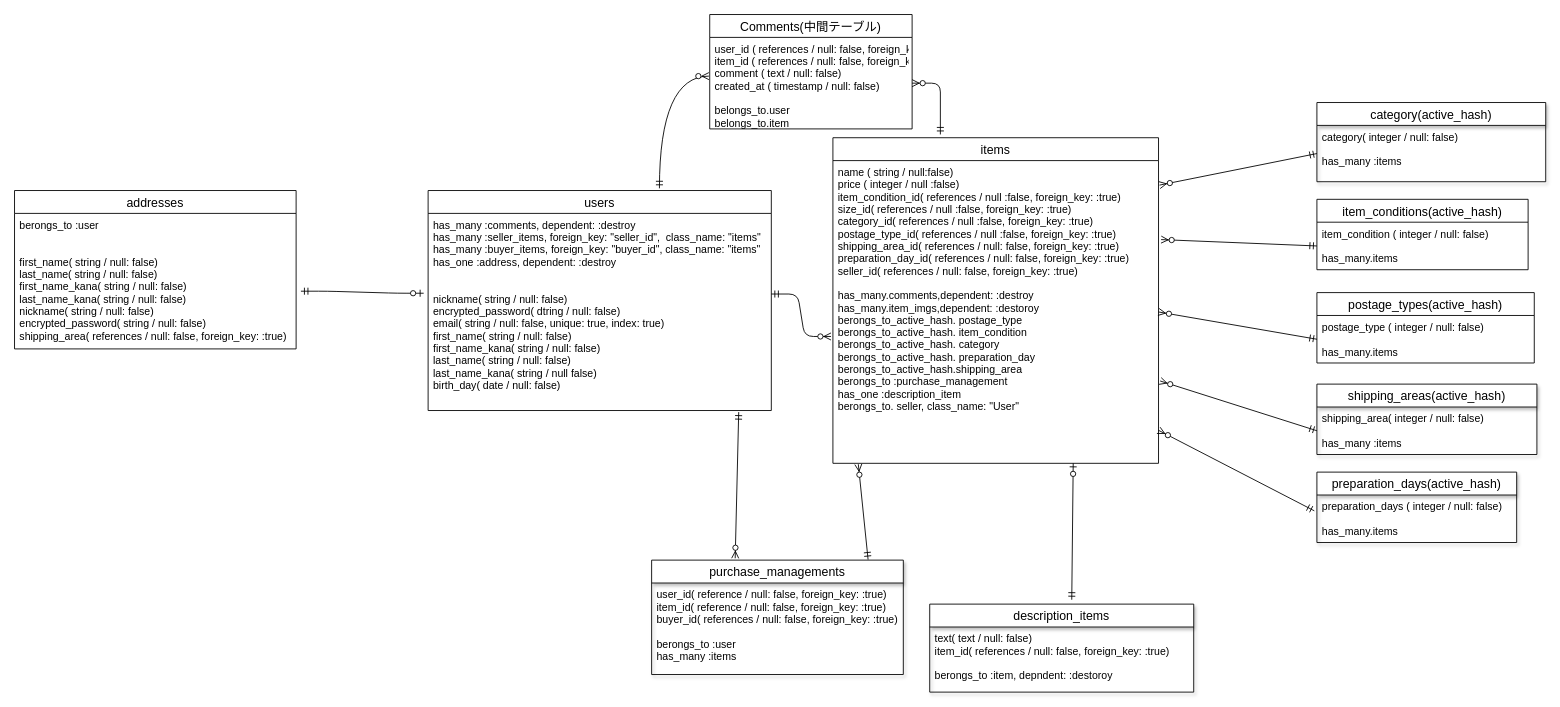
Above: furima.dio in Yuuki8568/furima-32047 (draw.io), before the change. Source tidied: cells renumbered, new cells numbered last; positions are measured from the earlier drawing's top-left corner, leaving out a move shared by most shapes. Both pictures are drawn from the tidied source at 88%, with x=0, y=0 at pixel (14, 14).
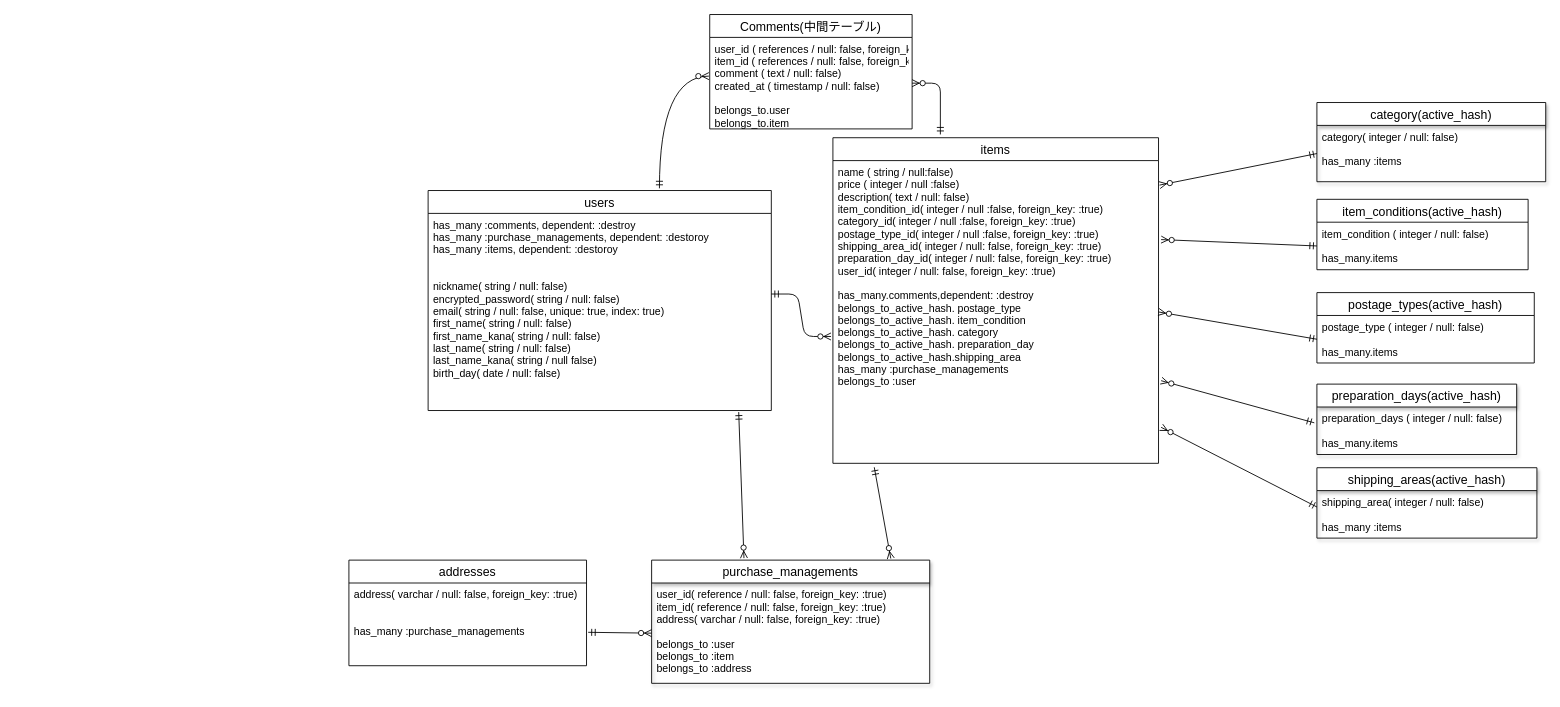
After the change.

Commit message (it also covers changes not shown here):
データベース設計修正２

The change refers to these unchanged cells:
```xml
<mxCell id="3" value="items" style="swimlane;fontStyle=0;horizontal=1;startSize=26;align=center;fontSize=14;" parent="1" vertex="1">
  <mxGeometry x="930" y="140" width="370" height="370" as="geometry" />
</mxCell>
<mxCell id="10" value="users" style="swimlane;fontStyle=0;horizontal=1;startSize=26;align=center;fontSize=14;" parent="1" vertex="1">
  <mxGeometry x="470" y="200" width="390" height="250" as="geometry" />
</mxCell>
```

The edit, as a diff of the source:
```diff
@@
-    <mxCell id="4" value="name ( string / null:false)&#10;price ( integer / null :false)&#10;item_condition_id( references / null :false, foreign_key: :true)&#10;size_id( references / null :false, foreign_key: :true)&#10;category_id( references / null :false, foreign_key: :true)&#10;postage_type_id( references / null :false, foreign_key: :true)&#10;shipping_area_id( references / null: false, foreign_key: :true)&#10;preparation_day_id( references / null: false, foreign_key: :true)&#10;seller_id( references / null: false, foreign_key: :true)&#10;&#10;has_many.comments,dependent: :destroy&#10;has_many.item_imgs,dependent: :destoroy&#10;berongs_to_active_hash. postage_type&#10;berongs_to_active_hash. item_condition&#10;berongs_to_active_hash. category&#10;berongs_to_active_hash. preparation_day&#10;berongs_to_active_hash.shipping_area&#10;berongs_to :purchase_management&#10;has_one :description_item&#10;berongs_to. seller, class_name: &quot;User&quot;" style="text;strokeColor=none;fillColor=none;spacingLeft=4;spacingRight=4;overflow=hidden;points=[[0,0.5],[1,0.5]];portConstraint=eastwest;fontSize=12;shadow=1;" parent="3" vertex="1">
+    <mxCell id="4" value="name ( string / null:false)&#10;price ( integer / null :false)&#10;description( text / null: false)&#10;item_condition_id( integer / null :false, foreign_key: :true)&#10;category_id( integer / null :false, foreign_key: :true)&#10;postage_type_id( integer / null :false, foreign_key: :true)&#10;shipping_area_id( integer / null: false, foreign_key: :true)&#10;preparation_day_id( integer / null: false, foreign_key: :true)&#10;user_id( integer / null: false, foreign_key: :true)&#10;&#10;has_many.comments,dependent: :destroy&#10;belongs_to_active_hash. postage_type&#10;belongs_to_active_hash. item_condition&#10;belongs_to_active_hash. category&#10;belongs_to_active_hash. preparation_day&#10;belongs_to_active_hash.shipping_area&#10;has_many :purchase_managements&#10;belongs_to :user" style="text;strokeColor=none;fillColor=none;spacingLeft=4;spacingRight=4;overflow=hidden;points=[[0,0.5],[1,0.5]];portConstraint=eastwest;fontSize=12;shadow=1;" parent="3" vertex="1">
       <mxGeometry y="26" width="370" height="344" as="geometry" />
     </mxCell>
-    <mxCell id="5" style="edgeStyle=entityRelationEdgeStyle;fontSize=12;html=1;endArrow=ERzeroToOne;startArrow=ERmandOne;exitX=1.017;exitY=0.574;exitDx=0;exitDy=0;exitPerimeter=0;entryX=-0.013;entryY=0.405;entryDx=0;entryDy=0;entryPerimeter=0;" parent="1" edge="1" source="35" target="11">
-      <mxGeometry relative="1" as="geometry" />
-    </mxCell>
@@
-    <mxCell id="11" value="has_many :comments, dependent: :destroy&#10;has_many :seller_items, foreign_key: &quot;seller_id&quot;,  class_name: &quot;items&quot;&#10;has_many :buyer_items, foreign_key: &quot;buyer_id&quot;, class_name: &quot;items&quot;&#10;has_one :address, dependent: :destroy&#10;&#10;&#10;nickname( string / null: false)&#10;encrypted_password( dtring / null: false)&#10;email( string / null: false, unique: true, index: true)&#10;first_name( string / null: false)&#10;first_name_kana( string / null: false)&#10;last_name( string / null: false)&#10;last_name_kana( string / null false)&#10;birth_day( date / null: false)" style="text;strokeColor=none;fillColor=none;spacingLeft=4;spacingRight=4;overflow=hidden;points=[[0,0.5],[1,0.5]];portConstraint=eastwest;fontSize=12;" parent="10" vertex="1">
+    <mxCell id="11" value="has_many :comments, dependent: :destroy&#10;has_many :purchase_managements, dependent: :destoroy&#10;has_many :items, dependent: :destoroy&#10;&#10;&#10;nickname( string / null: false)&#10;encrypted_password( string / null: false)&#10;email( string / null: false, unique: true, index: true)&#10;first_name( string / null: false)&#10;first_name_kana( string / null: false)&#10;last_name( string / null: false)&#10;last_name_kana( string / null false)&#10;birth_day( date / null: false)" style="text;strokeColor=none;fillColor=none;spacingLeft=4;spacingRight=4;overflow=hidden;points=[[0,0.5],[1,0.5]];portConstraint=eastwest;fontSize=12;" parent="10" vertex="1">
       <mxGeometry y="26" width="390" height="224" as="geometry" />
     </mxCell>
-    <mxCell id="12" value="description_items" style="swimlane;fontStyle=0;horizontal=1;startSize=26;align=center;fontSize=14;shadow=1;" parent="1" vertex="1">
-      <mxGeometry x="1040" y="670" width="300" height="100" as="geometry" />
-    </mxCell>
-    <mxCell id="13" value="text( text / null: false)&#10;item_id( references / null: false, foreign_key: :true)&#10;&#10;berongs_to :item, depndent: :destoroy" style="text;strokeColor=none;fillColor=none;spacingLeft=4;spacingRight=4;overflow=hidden;fontSize=12;" parent="12" vertex="1">
-      <mxGeometry y="26" width="300" height="74" as="geometry" />
-    </mxCell>
-    <mxCell id="14" style="fontSize=12;html=1;endArrow=ERzeroToOne;startArrow=ERmandOne;entryX=0.738;entryY=1;entryDx=0;entryDy=0;entryPerimeter=0;exitX=0.538;exitY=-0.05;exitDx=0;exitDy=0;exitPerimeter=0;" parent="1" edge="1" source="12" target="4">
-      <mxGeometry relative="1" as="geometry" />
-    </mxCell>
@@
-    <mxCell id="16" style="fontSize=12;html=1;endArrow=ERzeroToMany;startArrow=ERmandOne;exitX=0.86;exitY=-0.005;exitDx=0;exitDy=0;exitPerimeter=0;entryX=0.078;entryY=1.003;entryDx=0;entryDy=0;entryPerimeter=0;" parent="1" edge="1" source="32" target="4">
-      <mxGeometry relative="1" as="geometry" />
-    </mxCell>
@@
-    <mxCell id="24" value="shipping_areas(active_hash)" style="swimlane;fontStyle=0;horizontal=1;startSize=26;align=center;fontSize=14;shadow=1;" parent="1" vertex="1">
-      <mxGeometry x="1480" y="420" width="250" height="80" as="geometry" />
-    </mxCell>
-    <mxCell id="25" value="shipping_area( integer / null: false)&#10;&#10;has_many :items" style="text;strokeColor=none;fillColor=none;spacingLeft=4;spacingRight=4;overflow=hidden;points=[[0,0.5],[1,0.5]];portConstraint=eastwest;fontSize=12;" parent="24" vertex="1">
-      <mxGeometry y="26" width="250" height="54" as="geometry" />
-    </mxCell>
-    <mxCell id="26" value="preparation_days(active_hash)" style="swimlane;fontStyle=0;horizontal=1;startSize=26;align=center;fontSize=14;shadow=1;" parent="1" vertex="1">
-      <mxGeometry x="1480" y="520" width="227" height="80" as="geometry" />
-    </mxCell>
-    <mxCell id="27" value="preparation_days ( integer / null: false)&#10;&#10;has_many.items" style="text;strokeColor=none;fillColor=none;spacingLeft=4;spacingRight=4;overflow=hidden;points=[[0,0.5],[1,0.5]];portConstraint=eastwest;fontSize=12;" parent="26" vertex="1">
-      <mxGeometry y="26" width="227" height="54" as="geometry" />
-    </mxCell>
-    <mxCell id="28" style="fontSize=12;html=1;endArrow=ERzeroToMany;startArrow=ERmandOne;entryX=1;entryY=0.891;entryDx=0;entryDy=0;entryPerimeter=0;exitX=-0.013;exitY=0.333;exitDx=0;exitDy=0;exitPerimeter=0;" parent="1" edge="1" source="27" target="4">
+    <mxCell id="28" style="fontSize=12;html=1;endArrow=ERzeroToMany;startArrow=ERmandOne;entryX=1.008;entryY=0.727;entryDx=0;entryDy=0;entryPerimeter=0;exitX=-0.013;exitY=0.333;exitDx=0;exitDy=0;exitPerimeter=0;" parent="1" edge="1" source="27" target="4">
       <mxGeometry relative="1" as="geometry" />
     </mxCell>
-    <mxCell id="29" style="fontSize=12;html=1;endArrow=ERzeroToMany;startArrow=ERmandOne;entryX=1.005;entryY=0.728;entryDx=0;entryDy=0;entryPerimeter=0;exitX=0;exitY=0.5;exitDx=0;exitDy=0;" parent="1" edge="1" source="25" target="4">
-      <mxGeometry relative="1" as="geometry" />
-    </mxCell>
@@
     <mxCell id="32" value="purchase_managements" style="swimlane;fontStyle=0;horizontal=1;startSize=26;align=center;fontSize=14;shadow=1;" parent="1" vertex="1">
-      <mxGeometry x="724" y="620" width="286" height="130" as="geometry" />
+      <mxGeometry x="724" y="620" width="316" height="140" as="geometry" />
     </mxCell>
-    <mxCell id="33" value="user_id( reference / null: false, foreign_key: :true)&#10;item_id( reference / null: false, foreign_key: :true)&#10;buyer_id( references / null: false, foreign_key: :true)&#10;&#10;berongs_to :user&#10;has_many :items" style="text;strokeColor=none;fillColor=none;spacingLeft=4;spacingRight=4;overflow=hidden;points=[[0,0.5],[1,0.5]];portConstraint=eastwest;fontSize=12;" parent="32" vertex="1">
-      <mxGeometry y="26" width="286" height="104" as="geometry" />
+    <mxCell id="33" value="user_id( reference / null: false, foreign_key: :true)&#10;item_id( reference / null: false, foreign_key: :true)&#10;address( varchar / null: false, foreign_key: :true)&#10;&#10;belongs_to :user&#10;belongs_to :item&#10;belongs_to :address" style="text;strokeColor=none;fillColor=none;spacingLeft=4;spacingRight=4;overflow=hidden;points=[[0,0.5],[1,0.5]];portConstraint=eastwest;fontSize=12;" parent="32" vertex="1">
+      <mxGeometry y="26" width="316" height="114" as="geometry" />
     </mxCell>
+    <mxCell id="36" style="fontSize=12;html=1;endArrow=ERzeroToMany;startArrow=ERmandOne;exitX=0.127;exitY=1.013;exitDx=0;exitDy=0;exitPerimeter=0;entryX=0.86;entryY=-0.013;entryDx=0;entryDy=0;entryPerimeter=0;" parent="1" edge="1" source="4" target="32">
+      <mxGeometry relative="1" as="geometry" />
+    </mxCell>
+    <mxCell id="26" value="preparation_days(active_hash)" style="swimlane;fontStyle=0;horizontal=1;startSize=26;align=center;fontSize=14;shadow=1;" parent="1" vertex="1">
+      <mxGeometry x="1480" y="420" width="227" height="80" as="geometry" />
+    </mxCell>
+    <mxCell id="27" value="preparation_days ( integer / null: false)&#10;&#10;has_many.items" style="text;strokeColor=none;fillColor=none;spacingLeft=4;spacingRight=4;overflow=hidden;points=[[0,0.5],[1,0.5]];portConstraint=eastwest;fontSize=12;" parent="26" vertex="1">
+      <mxGeometry y="26" width="227" height="54" as="geometry" />
+    </mxCell>
+    <mxCell id="24" value="shipping_areas(active_hash)" style="swimlane;fontStyle=0;horizontal=1;startSize=26;align=center;fontSize=14;shadow=1;" parent="1" vertex="1">
+      <mxGeometry x="1480" y="515" width="250" height="80" as="geometry" />
+    </mxCell>
+    <mxCell id="25" value="shipping_area( integer / null: false)&#10;&#10;has_many :items" style="text;strokeColor=none;fillColor=none;spacingLeft=4;spacingRight=4;overflow=hidden;points=[[0,0.5],[1,0.5]];portConstraint=eastwest;fontSize=12;" parent="24" vertex="1">
+      <mxGeometry y="26" width="250" height="54" as="geometry" />
+    </mxCell>
+    <mxCell id="29" style="fontSize=12;html=1;endArrow=ERzeroToMany;startArrow=ERmandOne;entryX=1.008;entryY=0.881;entryDx=0;entryDy=0;entryPerimeter=0;exitX=0;exitY=0.345;exitDx=0;exitDy=0;exitPerimeter=0;" parent="1" edge="1" source="25" target="4">
+      <mxGeometry relative="1" as="geometry" />
+    </mxCell>
     <mxCell id="34" value="addresses" style="swimlane;fontStyle=0;horizontal=1;startSize=26;align=center;fontSize=14;" parent="1" vertex="1">
-      <mxGeometry y="200" width="320" height="180" as="geometry" />
+      <mxGeometry x="380" y="620" width="270" height="120" as="geometry" />
     </mxCell>
-    <mxCell id="35" value="berongs_to :user&#10;&#10;&#10;first_name( string / null: false)&#10;last_name( string / null: false)&#10;first_name_kana( string / null: false)&#10;last_name_kana( string / null: false)&#10;nickname( string / null: false)&#10;encrypted_password( string / null: false)&#10;shipping_area( references / null: false, foreign_key: :true)&#10;" style="text;strokeColor=none;fillColor=none;spacingLeft=4;spacingRight=4;overflow=hidden;points=[[0,0.5],[1,0.5]];portConstraint=eastwest;fontSize=12;" parent="34" vertex="1">
-      <mxGeometry y="26" width="320" height="154" as="geometry" />
-    </mxCell>
+    <mxCell id="37" value="address( varchar / null: false, foreign_key: :true)&#10;&#10;&#10;has_many :purchase_managements" style="text;strokeColor=none;fillColor=none;spacingLeft=4;spacingRight=4;overflow=hidden;points=[[0,0.5],[1,0.5]];portConstraint=eastwest;fontSize=12;" parent="34" vertex="1">
+      <mxGeometry y="26" width="270" height="94" as="geometry" />
+    </mxCell>
+    <mxCell id="38" style="fontSize=12;html=1;endArrow=ERzeroToMany;startArrow=ERmandOne;entryX=0;entryY=0.5;entryDx=0;entryDy=0;exitX=1.007;exitY=0.596;exitDx=0;exitDy=0;exitPerimeter=0;" parent="1" edge="1" source="37" target="33">
+      <mxGeometry relative="1" as="geometry" />
+    </mxCell>
```
